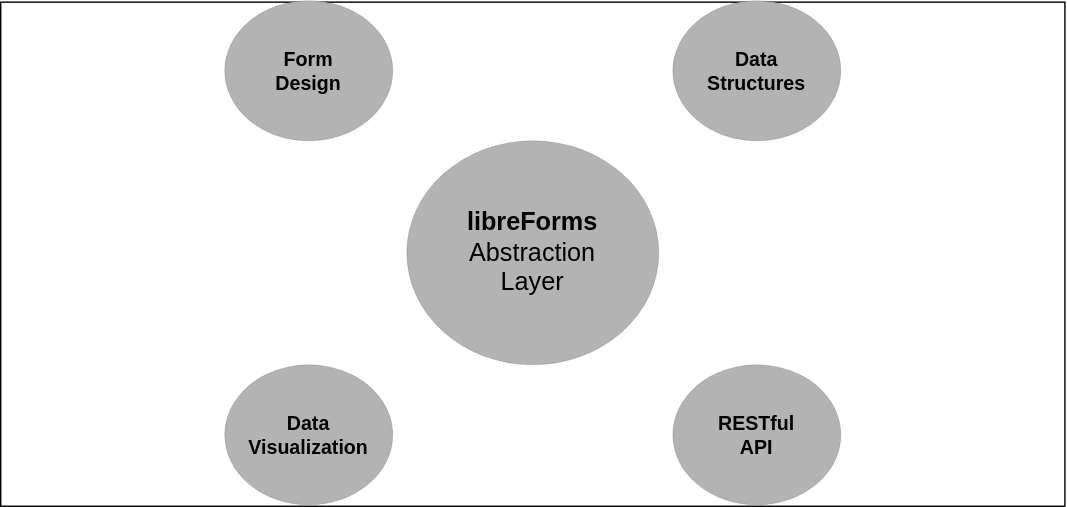
Before: docs/source/libreForms_abstraction_layer.drawio.svg, a diagram exported from draw.io (libreForms/libreForms-flask). Source tidied: cells renumbered, new cells last; positions are measured from the earlier drawing's top-left corner, leaving out a move shared by most shapes. Its diagram source:
```xml
<mxGraphModel>
  <root>
    <mxCell id="0" />
    <mxCell id="1" parent="0" />
    <mxCell id="2" style="rounded=0;whiteSpace=wrap;html=1;fillColor=none;" parent="1" vertex="1">
      <mxGeometry y="1" width="760" height="360" as="geometry" />
    </mxCell>
    <mxCell id="3" value="&lt;p style=&quot;line-height: 0.85;&quot;&gt;&lt;/p&gt;&lt;div&gt;&lt;b&gt;&lt;font style=&quot;font-size: 18px;&quot;&gt;libreForms&lt;/font&gt;&lt;/b&gt;&lt;/div&gt;&lt;div&gt;&lt;font style=&quot;font-size: 18px;&quot;&gt;Abstraction&lt;/font&gt;&lt;/div&gt;&lt;div&gt;&lt;font style=&quot;font-size: 18px;&quot; color=&quot;#FFFFFF&quot;&gt;&lt;font color=&quot;#000000&quot;&gt;Layer&lt;/font&gt;&lt;br&gt;&lt;/font&gt;&lt;/div&gt;&lt;p&gt;&lt;/p&gt;" style="ellipse;whiteSpace=wrap;html=1;dashed=1;strokeColor=#000000;strokeWidth=0;fillColor=#B3B3B3;" parent="1" vertex="1">
      <mxGeometry x="290" y="100" width="180" height="160" as="geometry" />
    </mxCell>
    <mxCell id="4" value="&lt;div style=&quot;font-size: 14px;&quot;&gt;&lt;b&gt;&lt;font style=&quot;font-size: 14px;&quot; color=&quot;#000000&quot;&gt;Form&lt;/font&gt;&lt;/b&gt;&lt;/div&gt;&lt;div style=&quot;font-size: 14px;&quot;&gt;&lt;b&gt;&lt;font style=&quot;font-size: 14px;&quot; color=&quot;#000000&quot;&gt;Design&lt;/font&gt;&lt;font color=&quot;#FFFFFF&quot;&gt;&lt;br&gt;&lt;/font&gt;&lt;/b&gt;&lt;/div&gt;" style="ellipse;whiteSpace=wrap;html=1;fontSize=18;fontColor=#E6E6E6;strokeColor=#000000;strokeWidth=0;fillColor=#B3B3B3;" parent="1" vertex="1">
      <mxGeometry x="160" width="120" height="100" as="geometry" />
    </mxCell>
    <mxCell id="5" value="&lt;div style=&quot;font-size: 14px;&quot;&gt;&lt;font color=&quot;#000000&quot;&gt;&lt;b&gt;&lt;font style=&quot;font-size: 14px;&quot;&gt;Data&lt;/font&gt;&lt;/b&gt;&lt;/font&gt;&lt;/div&gt;&lt;div style=&quot;font-size: 14px;&quot;&gt;&lt;b&gt;&lt;font style=&quot;font-size: 14px;&quot; color=&quot;#000000&quot;&gt;Visualization&lt;/font&gt;&lt;br&gt;&lt;/b&gt;&lt;/div&gt;" style="ellipse;whiteSpace=wrap;html=1;fontSize=18;fontColor=#E6E6E6;strokeColor=#000000;strokeWidth=0;fillColor=#B3B3B3;" parent="1" vertex="1">
      <mxGeometry x="160" y="260" width="120" height="100" as="geometry" />
    </mxCell>
    <mxCell id="6" value="&lt;div style=&quot;font-size: 14px;&quot;&gt;&lt;font style=&quot;font-size: 14px;&quot; color=&quot;#FFFFFF&quot;&gt;&lt;br&gt;&lt;/font&gt;&lt;/div&gt;&lt;div style=&quot;font-size: 14px;&quot;&gt;&lt;font color=&quot;#000000&quot;&gt;&lt;b&gt;&lt;font style=&quot;font-size: 14px;&quot;&gt;Data&lt;/font&gt;&lt;/b&gt;&lt;/font&gt;&lt;/div&gt;&lt;div style=&quot;font-size: 14px;&quot;&gt;&lt;font color=&quot;#000000&quot;&gt;&lt;b&gt;&lt;font style=&quot;font-size: 14px;&quot;&gt;Structures&lt;/font&gt;&lt;/b&gt;&lt;/font&gt;&lt;/div&gt;&lt;div style=&quot;font-size: 14px;&quot;&gt;&lt;font color=&quot;#FFFFFF&quot;&gt;&lt;br&gt;&lt;/font&gt;&lt;/div&gt;" style="ellipse;whiteSpace=wrap;html=1;fontSize=18;fontColor=#E6E6E6;strokeColor=#000000;strokeWidth=0;fillColor=#B3B3B3;" parent="1" vertex="1">
      <mxGeometry x="480" width="120" height="100" as="geometry" />
    </mxCell>
    <mxCell id="7" value="&lt;div style=&quot;font-size: 14px;&quot;&gt;&lt;font color=&quot;#000000&quot;&gt;&lt;b&gt;&lt;font style=&quot;font-size: 14px;&quot;&gt;&lt;br&gt;&lt;/font&gt;&lt;/b&gt;&lt;/font&gt;&lt;/div&gt;&lt;div style=&quot;font-size: 14px;&quot;&gt;&lt;font color=&quot;#000000&quot;&gt;&lt;b&gt;&lt;font style=&quot;font-size: 14px;&quot;&gt;RESTful&lt;/font&gt;&lt;/b&gt;&lt;/font&gt;&lt;/div&gt;&lt;div style=&quot;font-size: 14px;&quot;&gt;&lt;font color=&quot;#000000&quot;&gt;&lt;b&gt;&lt;font style=&quot;font-size: 14px;&quot;&gt;API&lt;/font&gt;&lt;/b&gt;&lt;/font&gt;&lt;/div&gt;&lt;div style=&quot;font-size: 14px;&quot;&gt;&lt;b&gt;&lt;br&gt;&lt;/b&gt;&lt;/div&gt;" style="ellipse;whiteSpace=wrap;html=1;fontSize=18;fontColor=#E6E6E6;strokeColor=#000000;strokeWidth=0;fillColor=#B3B3B3;" parent="1" vertex="1">
      <mxGeometry x="480" y="260" width="120" height="100" as="geometry" />
    </mxCell>
  </root>
</mxGraphModel>
```
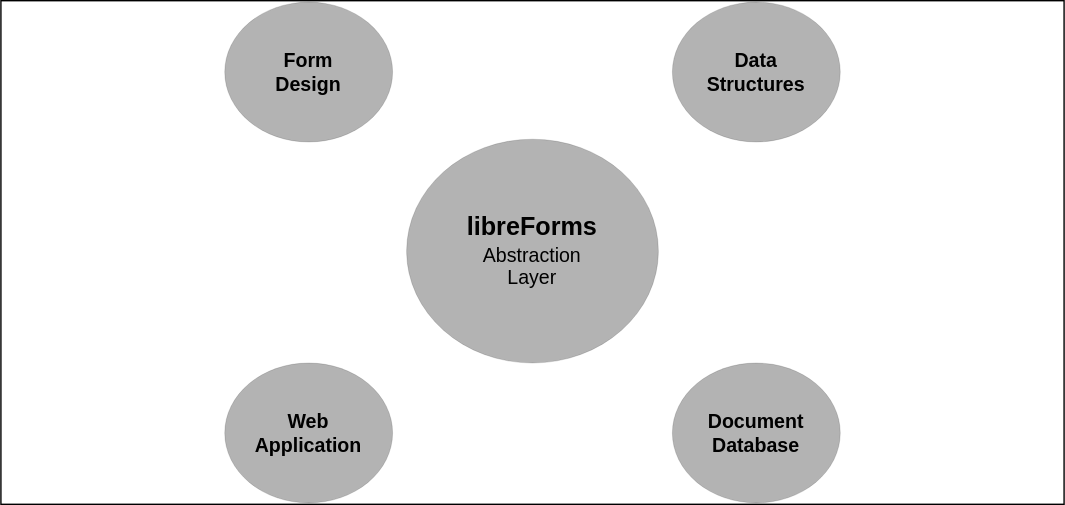
After the change.

What changed in the source:
```diff
@@ -5,19 +5,19 @@
     <mxCell id="2" style="rounded=0;whiteSpace=wrap;html=1;fillColor=none;" parent="1" vertex="1">
       <mxGeometry y="1" width="760" height="360" as="geometry" />
     </mxCell>
-    <mxCell id="3" value="&lt;p style=&quot;line-height: 0.85;&quot;&gt;&lt;/p&gt;&lt;div&gt;&lt;b&gt;&lt;font style=&quot;font-size: 18px;&quot;&gt;libreForms&lt;/font&gt;&lt;/b&gt;&lt;/div&gt;&lt;div&gt;&lt;font style=&quot;font-size: 18px;&quot;&gt;Abstraction&lt;/font&gt;&lt;/div&gt;&lt;div&gt;&lt;font style=&quot;font-size: 18px;&quot; color=&quot;#FFFFFF&quot;&gt;&lt;font color=&quot;#000000&quot;&gt;Layer&lt;/font&gt;&lt;br&gt;&lt;/font&gt;&lt;/div&gt;&lt;p&gt;&lt;/p&gt;" style="ellipse;whiteSpace=wrap;html=1;dashed=1;strokeColor=#000000;strokeWidth=0;fillColor=#B3B3B3;" parent="1" vertex="1">
+    <mxCell id="3" value="&lt;p style=&quot;line-height: 0.85;&quot;&gt;&lt;/p&gt;&lt;div&gt;&lt;b&gt;&lt;font style=&quot;font-size: 18px;&quot;&gt;libreForms&lt;/font&gt;&lt;/b&gt;&lt;/div&gt;&lt;div style=&quot;font-size: 14px;&quot;&gt;&lt;font style=&quot;font-size: 14px;&quot;&gt;Abstraction&lt;/font&gt;&lt;/div&gt;&lt;div style=&quot;font-size: 14px;&quot;&gt;&lt;font style=&quot;font-size: 14px;&quot; color=&quot;#FFFFFF&quot;&gt;&lt;font style=&quot;font-size: 14px;&quot; color=&quot;#000000&quot;&gt;Layer&lt;/font&gt;&lt;br&gt;&lt;/font&gt;&lt;/div&gt;&lt;p&gt;&lt;/p&gt;" style="ellipse;whiteSpace=wrap;html=1;dashed=1;strokeColor=#000000;strokeWidth=0;fillColor=#B3B3B3;" parent="1" vertex="1">
       <mxGeometry x="290" y="100" width="180" height="160" as="geometry" />
     </mxCell>
     <mxCell id="4" value="&lt;div style=&quot;font-size: 14px;&quot;&gt;&lt;b&gt;&lt;font style=&quot;font-size: 14px;&quot; color=&quot;#000000&quot;&gt;Form&lt;/font&gt;&lt;/b&gt;&lt;/div&gt;&lt;div style=&quot;font-size: 14px;&quot;&gt;&lt;b&gt;&lt;font style=&quot;font-size: 14px;&quot; color=&quot;#000000&quot;&gt;Design&lt;/font&gt;&lt;font color=&quot;#FFFFFF&quot;&gt;&lt;br&gt;&lt;/font&gt;&lt;/b&gt;&lt;/div&gt;" style="ellipse;whiteSpace=wrap;html=1;fontSize=18;fontColor=#E6E6E6;strokeColor=#000000;strokeWidth=0;fillColor=#B3B3B3;" parent="1" vertex="1">
-      <mxGeometry x="160" width="120" height="100" as="geometry" />
+      <mxGeometry x="160" y="2" width="120" height="100" as="geometry" />
     </mxCell>
-    <mxCell id="5" value="&lt;div style=&quot;font-size: 14px;&quot;&gt;&lt;font color=&quot;#000000&quot;&gt;&lt;b&gt;&lt;font style=&quot;font-size: 14px;&quot;&gt;Data&lt;/font&gt;&lt;/b&gt;&lt;/font&gt;&lt;/div&gt;&lt;div style=&quot;font-size: 14px;&quot;&gt;&lt;b&gt;&lt;font style=&quot;font-size: 14px;&quot; color=&quot;#000000&quot;&gt;Visualization&lt;/font&gt;&lt;br&gt;&lt;/b&gt;&lt;/div&gt;" style="ellipse;whiteSpace=wrap;html=1;fontSize=18;fontColor=#E6E6E6;strokeColor=#000000;strokeWidth=0;fillColor=#B3B3B3;" parent="1" vertex="1">
+    <mxCell id="5" value="&lt;div style=&quot;font-size: 14px;&quot;&gt;&lt;font color=&quot;#000000&quot;&gt;&lt;b&gt;&lt;font style=&quot;font-size: 14px;&quot;&gt;&lt;br&gt;&lt;/font&gt;&lt;/b&gt;&lt;/font&gt;&lt;/div&gt;&lt;div style=&quot;font-size: 14px;&quot;&gt;&lt;font color=&quot;#000000&quot;&gt;&lt;b&gt;&lt;font style=&quot;font-size: 14px;&quot;&gt;Web&lt;br&gt;Application&lt;/font&gt;&lt;/b&gt;&lt;/font&gt;&lt;/div&gt;&lt;div style=&quot;font-size: 14px;&quot;&gt;&lt;b&gt;&lt;br&gt;&lt;/b&gt;&lt;/div&gt;" style="ellipse;whiteSpace=wrap;html=1;fontSize=18;fontColor=#E6E6E6;strokeColor=#000000;strokeWidth=0;fillColor=#B3B3B3;" parent="1" vertex="1">
       <mxGeometry x="160" y="260" width="120" height="100" as="geometry" />
     </mxCell>
     <mxCell id="6" value="&lt;div style=&quot;font-size: 14px;&quot;&gt;&lt;font style=&quot;font-size: 14px;&quot; color=&quot;#FFFFFF&quot;&gt;&lt;br&gt;&lt;/font&gt;&lt;/div&gt;&lt;div style=&quot;font-size: 14px;&quot;&gt;&lt;font color=&quot;#000000&quot;&gt;&lt;b&gt;&lt;font style=&quot;font-size: 14px;&quot;&gt;Data&lt;/font&gt;&lt;/b&gt;&lt;/font&gt;&lt;/div&gt;&lt;div style=&quot;font-size: 14px;&quot;&gt;&lt;font color=&quot;#000000&quot;&gt;&lt;b&gt;&lt;font style=&quot;font-size: 14px;&quot;&gt;Structures&lt;/font&gt;&lt;/b&gt;&lt;/font&gt;&lt;/div&gt;&lt;div style=&quot;font-size: 14px;&quot;&gt;&lt;font color=&quot;#FFFFFF&quot;&gt;&lt;br&gt;&lt;/font&gt;&lt;/div&gt;" style="ellipse;whiteSpace=wrap;html=1;fontSize=18;fontColor=#E6E6E6;strokeColor=#000000;strokeWidth=0;fillColor=#B3B3B3;" parent="1" vertex="1">
-      <mxGeometry x="480" width="120" height="100" as="geometry" />
+      <mxGeometry x="480" y="2" width="120" height="100" as="geometry" />
     </mxCell>
-    <mxCell id="7" value="&lt;div style=&quot;font-size: 14px;&quot;&gt;&lt;font color=&quot;#000000&quot;&gt;&lt;b&gt;&lt;font style=&quot;font-size: 14px;&quot;&gt;&lt;br&gt;&lt;/font&gt;&lt;/b&gt;&lt;/font&gt;&lt;/div&gt;&lt;div style=&quot;font-size: 14px;&quot;&gt;&lt;font color=&quot;#000000&quot;&gt;&lt;b&gt;&lt;font style=&quot;font-size: 14px;&quot;&gt;RESTful&lt;/font&gt;&lt;/b&gt;&lt;/font&gt;&lt;/div&gt;&lt;div style=&quot;font-size: 14px;&quot;&gt;&lt;font color=&quot;#000000&quot;&gt;&lt;b&gt;&lt;font style=&quot;font-size: 14px;&quot;&gt;API&lt;/font&gt;&lt;/b&gt;&lt;/font&gt;&lt;/div&gt;&lt;div style=&quot;font-size: 14px;&quot;&gt;&lt;b&gt;&lt;br&gt;&lt;/b&gt;&lt;/div&gt;" style="ellipse;whiteSpace=wrap;html=1;fontSize=18;fontColor=#E6E6E6;strokeColor=#000000;strokeWidth=0;fillColor=#B3B3B3;" parent="1" vertex="1">
+    <mxCell id="7" value="&lt;div style=&quot;font-size: 14px;&quot;&gt;&lt;font color=&quot;#000000&quot;&gt;&lt;b&gt;&lt;font style=&quot;font-size: 14px;&quot;&gt;&lt;br&gt;&lt;/font&gt;&lt;/b&gt;&lt;/font&gt;&lt;/div&gt;&lt;div style=&quot;font-size: 14px;&quot;&gt;&lt;font color=&quot;#000000&quot;&gt;&lt;b&gt;&lt;font style=&quot;font-size: 14px;&quot;&gt;Document&lt;/font&gt;&lt;/b&gt;&lt;/font&gt;&lt;/div&gt;&lt;div style=&quot;font-size: 14px;&quot;&gt;&lt;font color=&quot;#000000&quot;&gt;&lt;b&gt;&lt;font style=&quot;font-size: 14px;&quot;&gt;Database&lt;/font&gt;&lt;/b&gt;&lt;/font&gt;&lt;/div&gt;&lt;div style=&quot;font-size: 14px;&quot;&gt;&lt;b&gt;&lt;br&gt;&lt;/b&gt;&lt;/div&gt;" style="ellipse;whiteSpace=wrap;html=1;fontSize=18;fontColor=#E6E6E6;strokeColor=#000000;strokeWidth=0;fillColor=#B3B3B3;" parent="1" vertex="1">
       <mxGeometry x="480" y="260" width="120" height="100" as="geometry" />
     </mxCell>
   </root>
```
